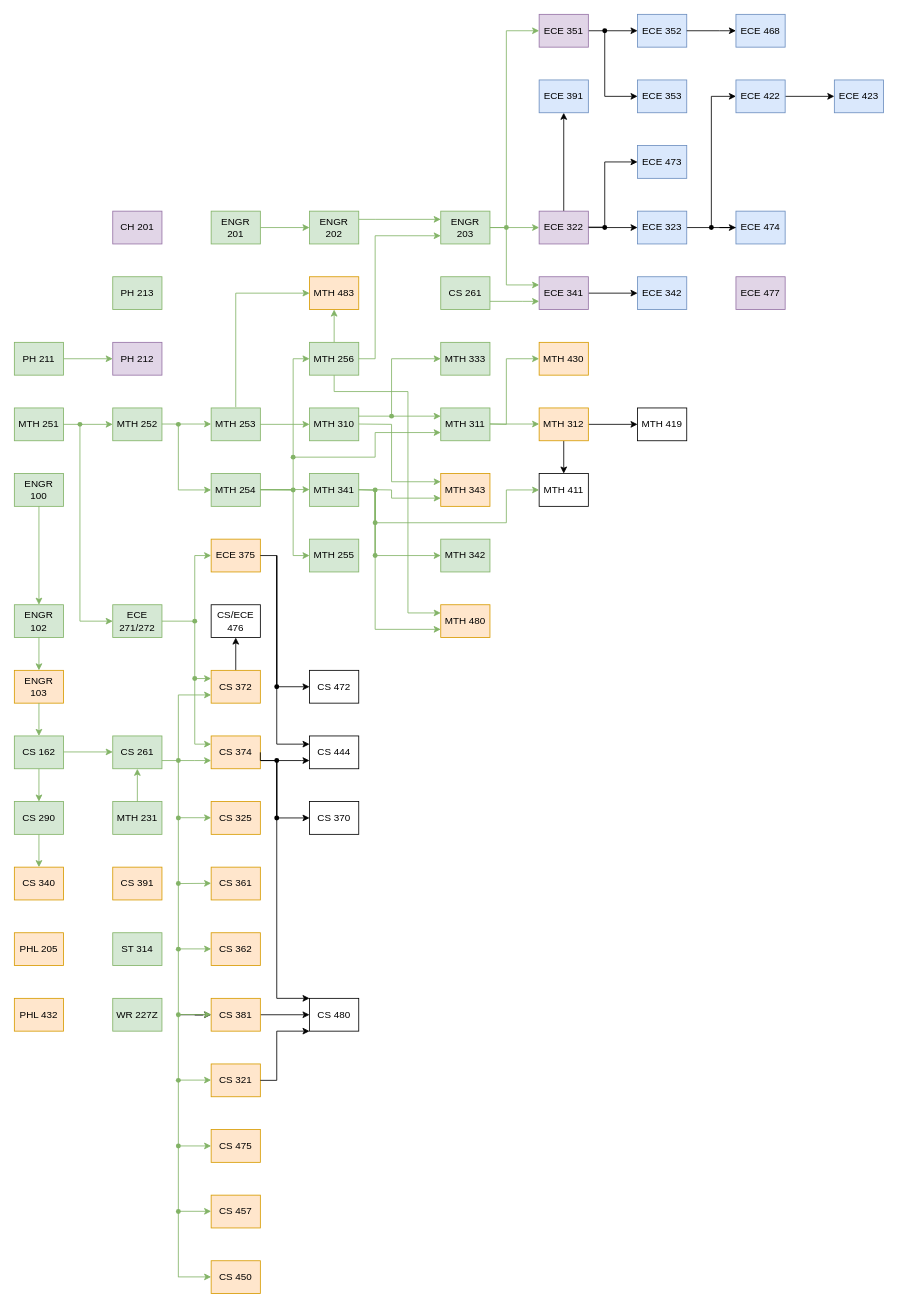
Jonas-Carew/Class-Flowchart keeps this draw.io diagram as Classes.drawio. Above is the earlier version. Source tidied: cells renumbered, new cells numbered last; positions are measured from the earlier drawing's top-left corner, leaving out a move shared by most shapes. Both pictures are drawn from the tidied source at 82%, with x=0, y=0 at pixel (14, 14).
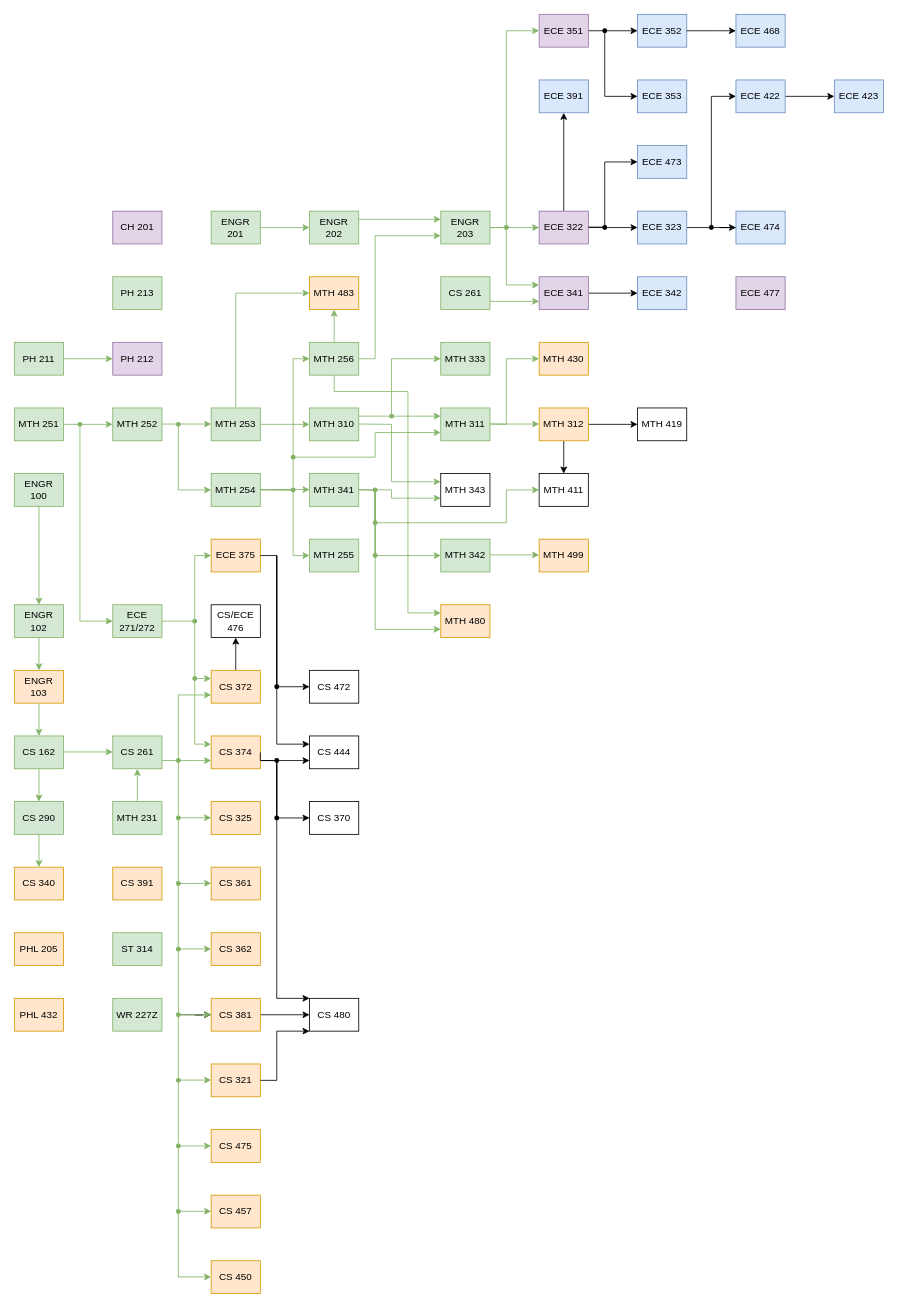
The same page after the edit.

Commit message:
Changed out mth 343 for mth 499

The edit, as a diff of the source:
```diff
@@
-    <mxCell id="28" value="MTH 343" style="rounded=0;whiteSpace=wrap;html=1;fillColor=#ffe6cc;strokeColor=#d79b00;" parent="1" vertex="1">
-      <mxGeometry x="520" y="560" width="60" height="40" as="geometry" />
-    </mxCell>
@@
-    <mxCell id="30" style="endArrow=classic;html=1;rounded=0;exitX=1;exitY=0.5;exitDx=0;exitDy=0;entryX=0;entryY=0.75;entryDx=0;entryDy=0;fillColor=#d5e8d4;strokeColor=#82b366;" parent="1" edge="1" target="28">
+    <mxCell id="30" style="endArrow=classic;html=1;rounded=0;exitX=1;exitY=0.5;exitDx=0;exitDy=0;entryX=0;entryY=0.75;entryDx=0;entryDy=0;fillColor=#d5e8d4;strokeColor=#82b366;" parent="1" edge="1">
       <mxGeometry relative="1" as="geometry">
         <mxPoint x="420" y="579.5" as="sourcePoint" />
+        <mxPoint x="520" y="590" as="targetPoint" />
         <Array as="points">
           <mxPoint x="460" y="580" />
           <mxPoint x="460" y="590" />
         </Array>
       </mxGeometry>
     </mxCell>
@@
-    <mxCell id="32" style="endArrow=classic;html=1;rounded=0;exitX=1;exitY=0.5;exitDx=0;exitDy=0;entryX=0;entryY=0.25;entryDx=0;entryDy=0;fillColor=#d5e8d4;strokeColor=#82b366;" parent="1" edge="1" target="28">
+    <mxCell id="32" style="endArrow=classic;html=1;rounded=0;exitX=1;exitY=0.5;exitDx=0;exitDy=0;entryX=0;entryY=0.25;entryDx=0;entryDy=0;fillColor=#d5e8d4;strokeColor=#82b366;" parent="1" edge="1">
       <mxGeometry relative="1" as="geometry">
         <mxPoint x="420" y="499.6" as="sourcePoint" />
+        <mxPoint x="520" y="570" as="targetPoint" />
         <Array as="points">
           <mxPoint x="460" y="500" />
           <mxPoint x="460" y="570" />
         </Array>
       </mxGeometry>
     </mxCell>
@@
+    <mxCell id="28" value="&lt;div&gt;MTH 343&lt;/div&gt;" style="rounded=0;whiteSpace=wrap;html=1;" parent="1" vertex="1">
+      <mxGeometry x="520" y="560" width="60" height="40" as="geometry" />
+    </mxCell>
+    <mxCell id="169" value="MTH 499" style="rounded=0;whiteSpace=wrap;html=1;fillColor=#ffe6cc;strokeColor=#d79b00;" parent="1" vertex="1">
+      <mxGeometry x="640" y="640" width="60" height="40" as="geometry" />
+    </mxCell>
+    <mxCell id="170" style="edgeStyle=orthogonalEdgeStyle;rounded=0;orthogonalLoop=1;jettySize=auto;html=1;fillColor=#d5e8d4;strokeColor=#82b366;" parent="1" edge="1">
+      <mxGeometry relative="1" as="geometry">
+        <mxPoint x="580" y="659.2" as="sourcePoint" />
+        <mxPoint x="640" y="659.2" as="targetPoint" />
+      </mxGeometry>
+    </mxCell>
```
